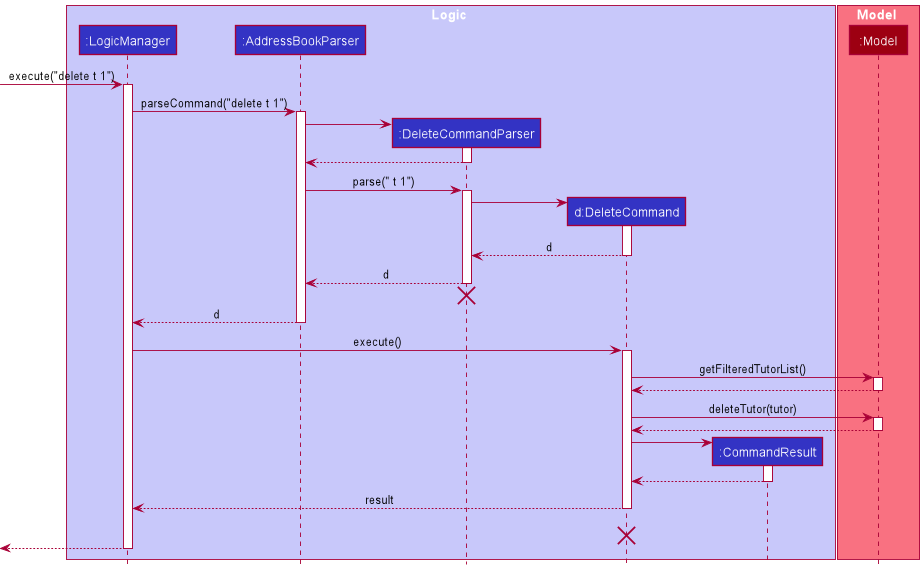
This is docs/images/DeleteCommandSequenceDiagram.png from tenebrius1/tp, a PlantUML export, as it was before one commit.
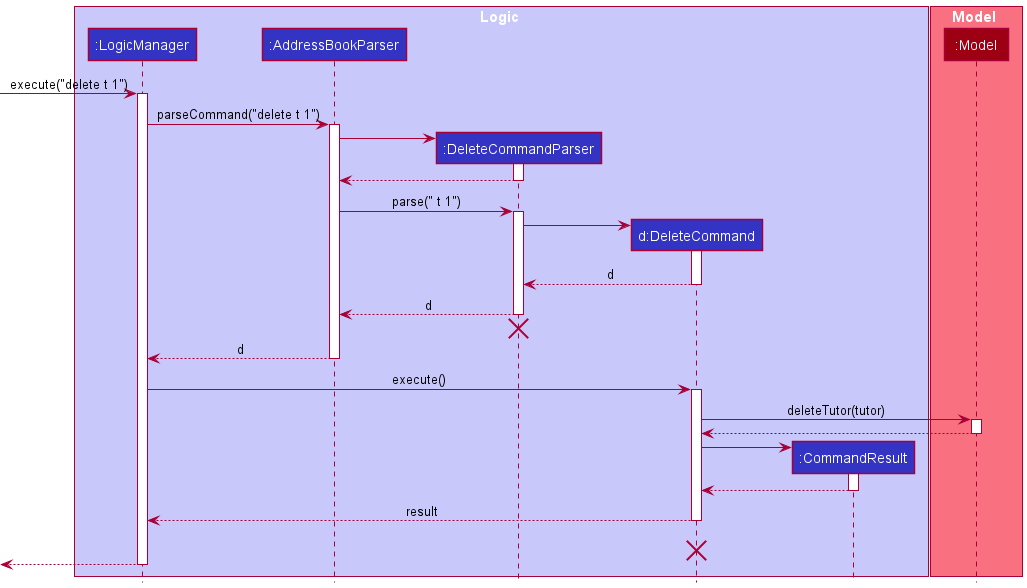
After the commit.

Diff of the diagram source:
```diff
@@ -47,11 +47,6 @@
 LogicManager -> DeleteCommand : execute()
 activate DeleteCommand
 
-DeleteCommand -> Model : getFilteredTutorList()
-activate Model
-Model --> DeleteCommand
-deactivate Model
-
 DeleteCommand -> Model : deleteTutor(tutor)
 activate Model
 
```
